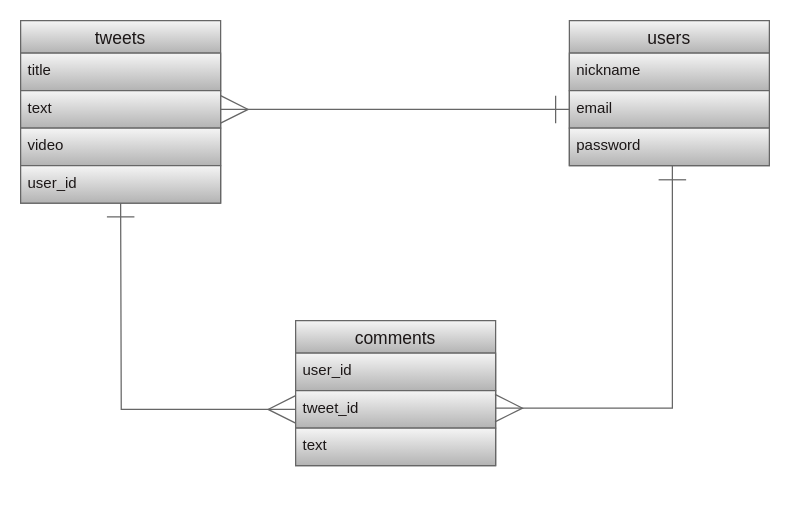
Earlier version of the draw.io diagram ER.dio (seiji-nagano/OriApp). Source tidied: cells renumbered, new cells numbered last; positions are measured from the earlier drawing's top-left corner, leaving out a move shared by most shapes. Both pictures are drawn from the tidied source at 125%, with x=0, y=0 at pixel (20, 20).
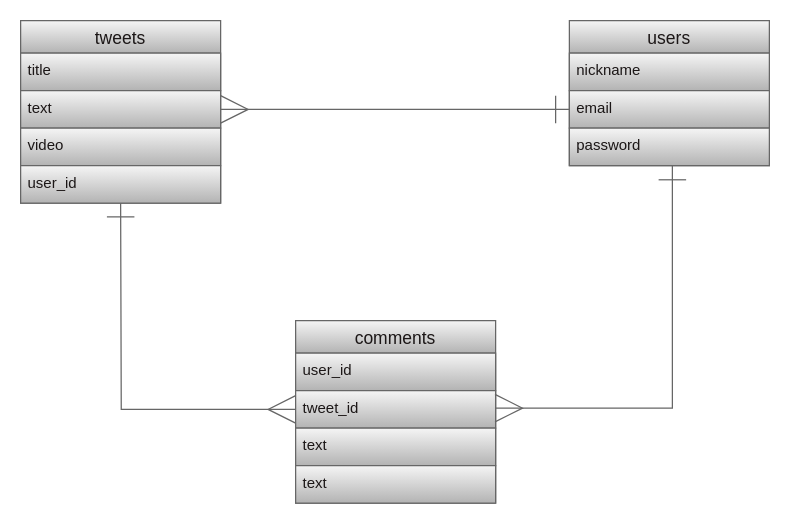
Above is the later version.

What changed in the source:
```diff
@@
     <mxCell id="11" value="comments" style="swimlane;fontStyle=0;horizontal=1;startSize=26;align=center;fontSize=14;strokeColor=#666666;rounded=0;fillColor=#f5f5f5;gradientColor=#b3b3b3;fontColor=#1c1717;" parent="1" vertex="1">
-      <mxGeometry x="220" y="240" width="160" height="116" as="geometry" />
+      <mxGeometry x="220" y="240" width="160" height="146" as="geometry" />
     </mxCell>
@@
+    <mxCell id="18" value="text" style="text;strokeColor=#666666;fillColor=#f5f5f5;spacingLeft=4;spacingRight=4;overflow=hidden;fontSize=12;rounded=0;gradientColor=#b3b3b3;fontColor=#1c1717;" parent="11" vertex="1">
+      <mxGeometry y="116" width="160" height="30" as="geometry" />
+    </mxCell>
```
